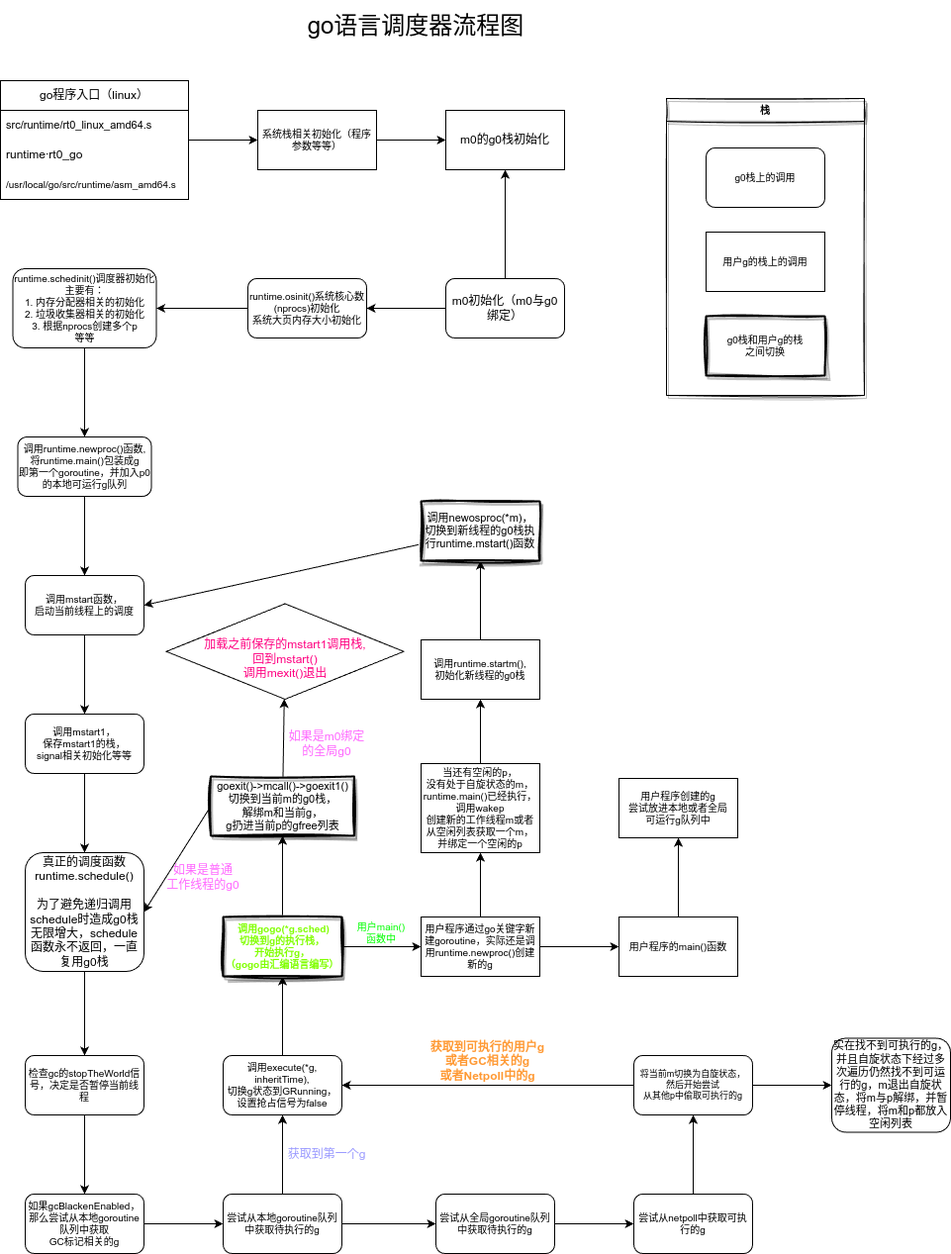
This is go_sched.png from moqsien/img_repo, a draw.io export, as it was before one commit. Source tidied: cells renumbered, new cells last; positions are measured from the earlier drawing's top-left corner, leaving out a move shared by most shapes.
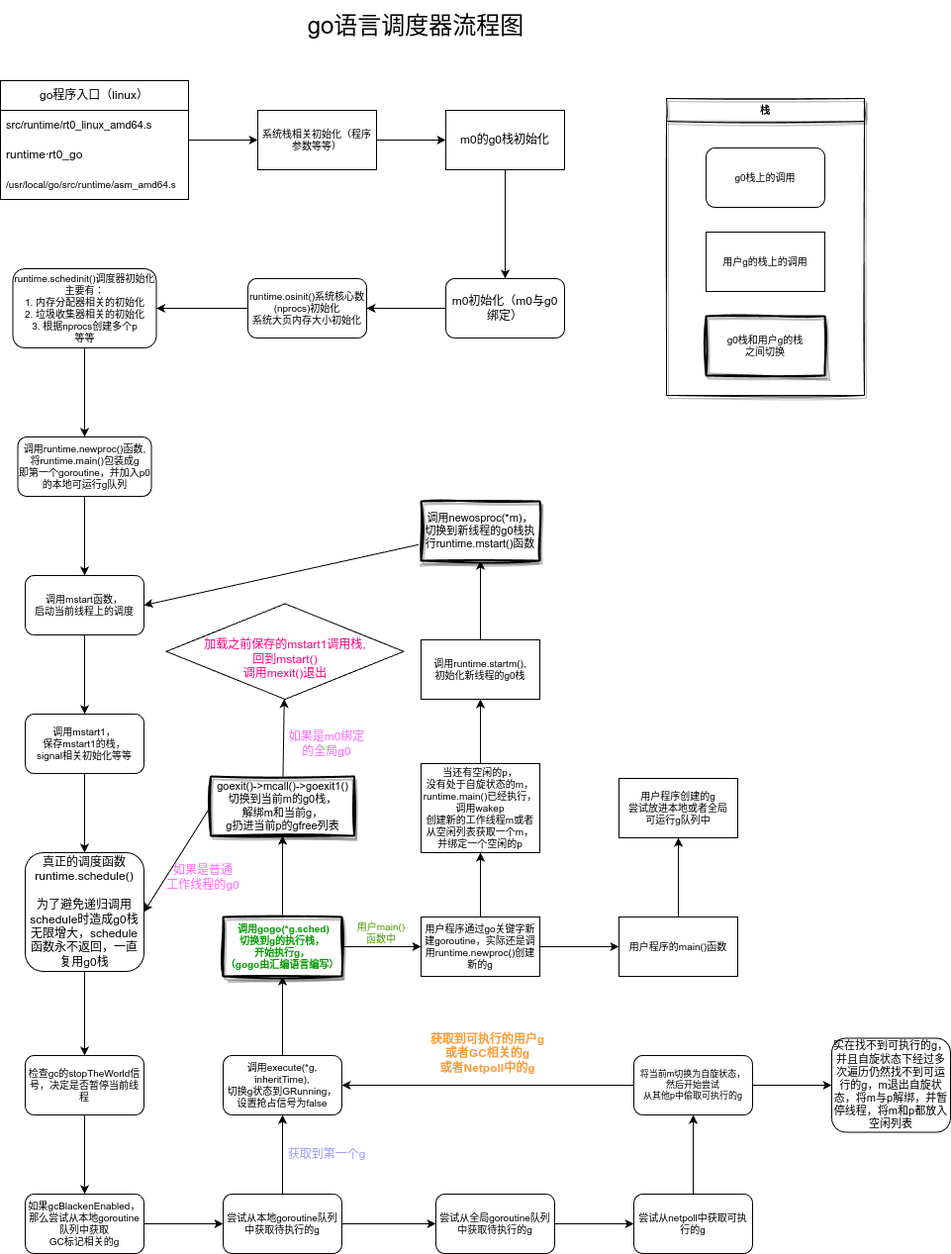
Above is the later version.

Diff of the diagram source:
```diff
@@ -86,14 +86,14 @@
     <mxCell id="29" style="edgeStyle=none;html=1;fontSize=11;" parent="1" edge="1" source="30" target="53">
       <mxGeometry relative="1" as="geometry" />
     </mxCell>
-    <mxCell id="30" value="&lt;font style=&quot;font-size: 10px;&quot;&gt;&amp;nbsp;调用gogo(*g.sched)&lt;br style=&quot;font-size: 10px;&quot;&gt;切换到g的执行栈，&lt;br style=&quot;font-size: 10px;&quot;&gt;开始执行g，&lt;br style=&quot;font-size: 10px;&quot;&gt;（gogo由汇编语言编写）&lt;br style=&quot;font-size: 10px;&quot;&gt;&lt;/font&gt;" style="whiteSpace=wrap;html=1;fontSize=10;fontStyle=1;startSize=30;rounded=0;glass=0;sketch=1;curveFitting=1;jiggle=2;shadow=1;strokeWidth=2;fontColor=#80FF00;" parent="1" vertex="1">
+    <mxCell id="30" value="&lt;font style=&quot;font-size: 10px;&quot;&gt;&amp;nbsp;调用gogo(*g.sched)&lt;br style=&quot;font-size: 10px;&quot;&gt;切换到g的执行栈，&lt;br style=&quot;font-size: 10px;&quot;&gt;开始执行g，&lt;br style=&quot;font-size: 10px;&quot;&gt;（gogo由汇编语言编写）&lt;br style=&quot;font-size: 10px;&quot;&gt;&lt;/font&gt;" style="whiteSpace=wrap;html=1;fontSize=10;fontStyle=1;startSize=30;rounded=0;glass=0;sketch=1;curveFitting=1;jiggle=2;shadow=1;strokeWidth=2;fontColor=#009900;" parent="1" vertex="1">
       <mxGeometry x="225" y="925" width="120" height="60" as="geometry" />
     </mxCell>
     <mxCell id="31" value="&lt;font style=&quot;font-size: 12px;&quot;&gt;获取到第一个g&lt;/font&gt;" style="text;html=1;strokeColor=none;fillColor=none;align=center;verticalAlign=middle;whiteSpace=wrap;rounded=0;fontSize=9;fontColor=#9999FF;" parent="1" vertex="1">
       <mxGeometry x="280" y="1150" width="100" height="30" as="geometry" />
     </mxCell>
     <mxCell id="32" value="&lt;font&gt;获取到可执行的用户g&lt;br&gt;或者GC相关的g&lt;br&gt;或者Netpoll中的g&lt;/font&gt;" style="text;html=1;strokeColor=none;fillColor=none;align=center;verticalAlign=middle;whiteSpace=wrap;rounded=0;fontSize=12;fontColor=#FF9933;fontStyle=1;" parent="1" vertex="1">
-      <mxGeometry x="425" y="1047.5" width="135" height="46" as="geometry" />
+      <mxGeometry x="425" y="1040" width="135" height="46" as="geometry" />
     </mxCell>
     <mxCell id="33" style="edgeStyle=none;html=1;fontSize=11;" parent="1" edge="1" source="34" target="37">
       <mxGeometry relative="1" as="geometry" />
@@ -167,12 +167,12 @@
     <mxCell id="56" style="edgeStyle=none;html=1;entryX=1;entryY=0.5;entryDx=0;entryDy=0;fontSize=10;" parent="1" edge="1" source="58" target="55">
       <mxGeometry relative="1" as="geometry" />
     </mxCell>
-    <mxCell id="57" style="edgeStyle=none;html=1;fontSize=10;" parent="1" edge="1" source="58" target="59">
-      <mxGeometry relative="1" as="geometry" />
-    </mxCell>
     <mxCell id="58" value="&lt;span style=&quot;font-size: 12px;&quot;&gt;m0初始化（m0与g0绑定）&lt;/span&gt;" style="whiteSpace=wrap;html=1;fontSize=7;fontStyle=0;startSize=30;rounded=1;" parent="1" vertex="1">
       <mxGeometry x="450" y="280" width="120" height="60" as="geometry" />
     </mxCell>
+    <mxCell id="71" style="edgeStyle=none;html=1;fontSize=12;fontColor=#4D9900;" parent="1" edge="1" source="59" target="58">
+      <mxGeometry relative="1" as="geometry" />
+    </mxCell>
     <mxCell id="59" value="&lt;span style=&quot;font-size: 12px;&quot;&gt;m0的g0栈初始化&lt;/span&gt;" style="whiteSpace=wrap;html=1;fontSize=7;fontStyle=0;startSize=30;" parent="1" vertex="1">
       <mxGeometry x="450" y="110" width="120" height="60" as="geometry" />
     </mxCell>
@@ -206,7 +206,7 @@
     <mxCell id="69" value="&lt;font style=&quot;font-size: 24px;&quot;&gt;go语言调度器流程图&lt;/font&gt;" style="text;html=1;strokeColor=none;fillColor=none;align=center;verticalAlign=middle;whiteSpace=wrap;rounded=0;shadow=0;glass=0;sketch=0;strokeWidth=2;fontSize=11;" parent="1" vertex="1">
       <mxGeometry x="270" width="300" height="50" as="geometry" />
     </mxCell>
-    <mxCell id="70" value="用户main()&lt;br&gt;函数中" style="text;html=1;strokeColor=none;fillColor=none;align=center;verticalAlign=middle;whiteSpace=wrap;rounded=0;shadow=0;sketch=0;fontSize=10;fontColor=#00FF00;" parent="1" vertex="1">
+    <mxCell id="70" value="用户main()&lt;br&gt;函数中" style="text;html=1;strokeColor=none;fillColor=none;align=center;verticalAlign=middle;whiteSpace=wrap;rounded=0;shadow=0;sketch=0;fontSize=10;fontColor=#4D9900;" parent="1" vertex="1">
       <mxGeometry x="345" y="926" width="80" height="30" as="geometry" />
     </mxCell>
   </root>
```
